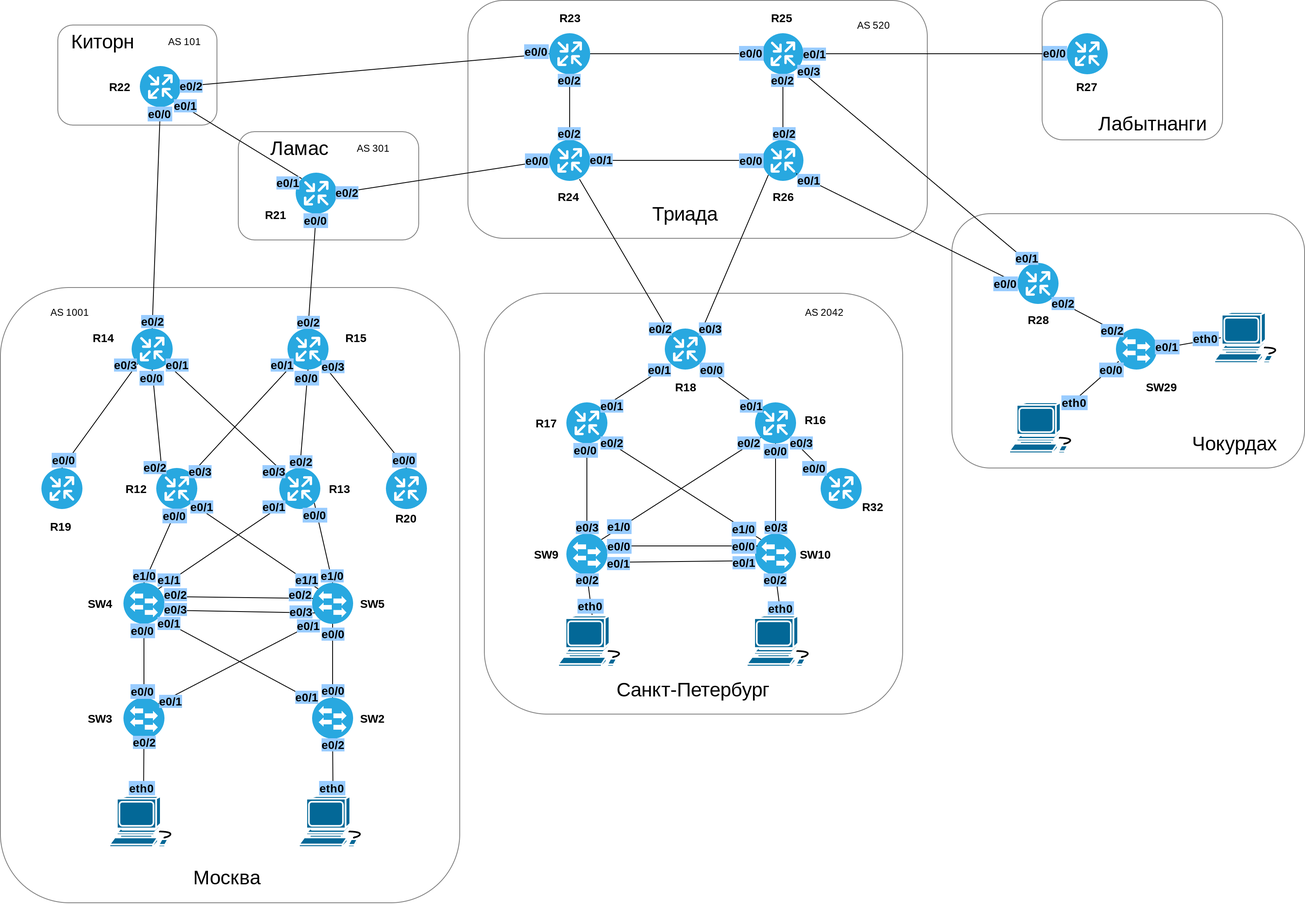
grom1984/otus-networks keeps this draw.io diagram as Labs/Lab07/network_draw.io.png. Above is the earlier version. Source tidied: cells renumbered, new cells last; positions are measured from the earlier drawing's top-left corner, leaving out a move shared by most shapes.
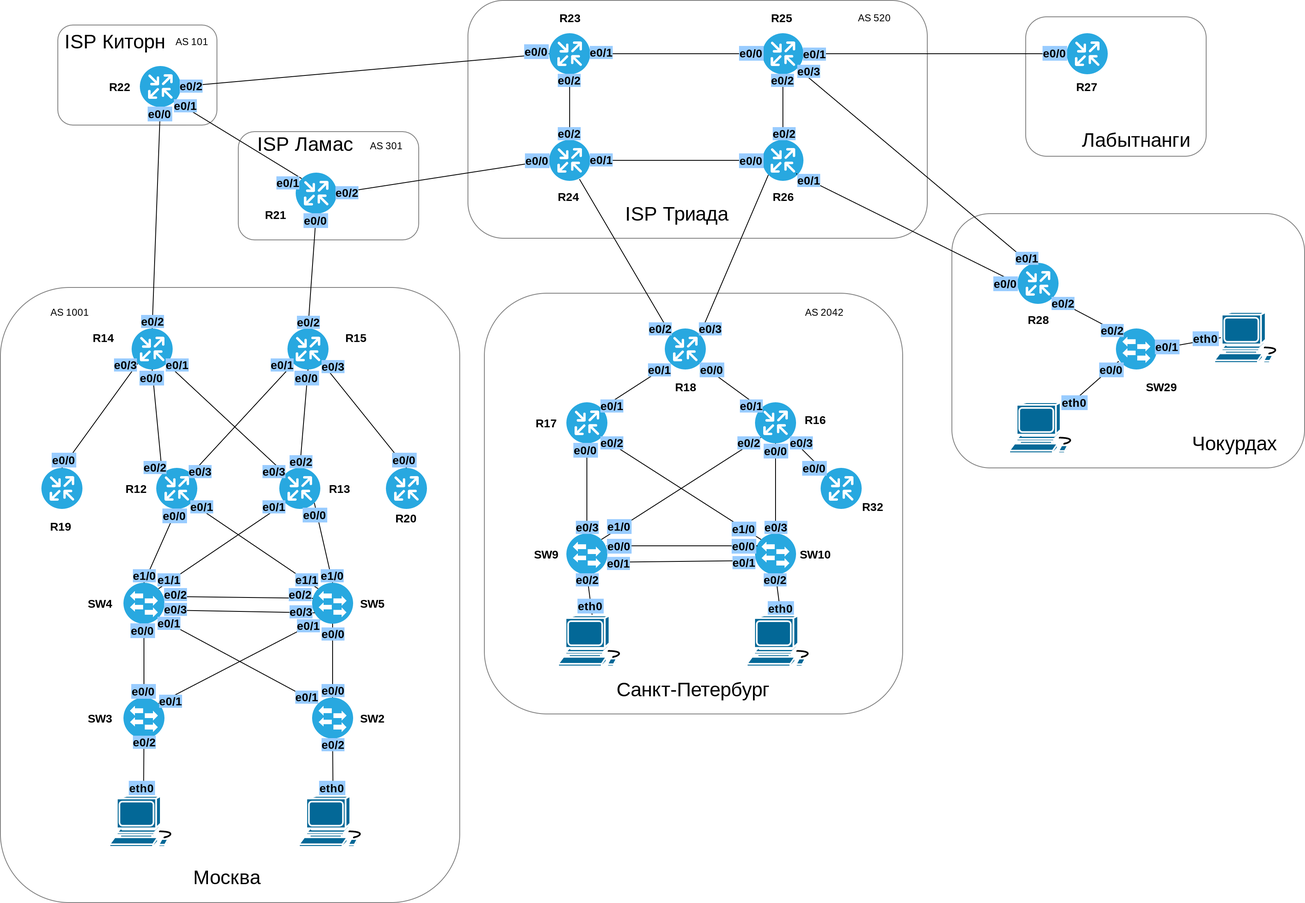
Above is the later version.

Change to the diagram source:
```diff
@@ -21,7 +21,7 @@
       <mxGeometry x="300" y="270" width="90" height="19.7" as="geometry" />
     </mxCell>
     <mxCell id="8" style="group;" parent="1" vertex="1">
-      <mxGeometry x="1270" width="220" height="170" as="geometry" />
+      <mxGeometry x="1250" y="20" width="220" height="170" as="geometry" />
     </mxCell>
     <mxCell id="9" style="rounded=1;whiteSpace=wrap;html=1;opacity=50;" parent="8" vertex="1">
       <mxGeometry width="220" height="170" as="geometry" />
@@ -35,8 +35,8 @@
     <mxCell id="12" style="rounded=1;whiteSpace=wrap;html=1;opacity=50;" parent="11" vertex="1">
       <mxGeometry width="560" height="290" as="geometry" />
     </mxCell>
-    <mxCell id="13" value="&lt;font style=&quot;font-size: 24px&quot;&gt;Триада&lt;/font&gt;" style="text;html=1;strokeColor=none;fillColor=none;align=center;verticalAlign=middle;whiteSpace=wrap;rounded=0;" parent="11" vertex="1">
-      <mxGeometry x="220" y="250.3" width="90" height="19.7" as="geometry" />
+    <mxCell id="13" value="&lt;font style=&quot;font-size: 24px&quot;&gt;ISP Триада&lt;/font&gt;" style="text;html=1;strokeColor=none;fillColor=none;align=center;verticalAlign=middle;whiteSpace=wrap;rounded=0;" parent="11" vertex="1">
+      <mxGeometry x="190" y="250.3" width="130" height="19.7" as="geometry" />
     </mxCell>
     <mxCell id="14" style="group;" parent="1" vertex="1">
       <mxGeometry x="590" y="357" width="510" height="513" as="geometry" />
@@ -59,8 +59,8 @@
     <mxCell id="20" style="rounded=1;whiteSpace=wrap;html=1;opacity=50;" parent="19" vertex="1">
       <mxGeometry width="194" height="122" as="geometry" />
     </mxCell>
-    <mxCell id="21" value="&lt;font size=&quot;1&quot;&gt;&lt;span style=&quot;font-size: 24px&quot;&gt;Киторн&lt;/span&gt;&lt;/font&gt;" style="text;html=1;strokeColor=none;fillColor=none;align=center;verticalAlign=middle;whiteSpace=wrap;rounded=0;" parent="19" vertex="1">
-      <mxGeometry x="10" y="10" width="90" height="20" as="geometry" />
+    <mxCell id="21" value="&lt;font size=&quot;1&quot;&gt;&lt;span style=&quot;font-size: 24px&quot;&gt;ISP Киторн&lt;/span&gt;&lt;/font&gt;" style="text;html=1;strokeColor=none;fillColor=none;align=center;verticalAlign=middle;whiteSpace=wrap;rounded=0;" parent="19" vertex="1">
+      <mxGeometry y="10" width="140" height="20" as="geometry" />
     </mxCell>
     <mxCell id="22" style="group;" parent="1" vertex="1">
       <mxGeometry x="290" y="180" width="220" height="112" as="geometry" />
@@ -68,8 +68,8 @@
     <mxCell id="23" style="rounded=1;whiteSpace=wrap;html=1;opacity=50;" parent="22" vertex="1">
       <mxGeometry y="-20" width="220" height="132" as="geometry" />
     </mxCell>
-    <mxCell id="24" value="&lt;font style=&quot;font-size: 24px&quot;&gt;Ламас&lt;/font&gt;" style="text;html=1;strokeColor=none;fillColor=none;align=center;verticalAlign=middle;whiteSpace=wrap;rounded=0;" parent="1" vertex="1">
-      <mxGeometry x="340" y="170" width="50" height="20" as="geometry" />
+    <mxCell id="24" value="&lt;font style=&quot;font-size: 24px&quot;&gt;ISP Ламас&lt;/font&gt;" style="text;html=1;strokeColor=none;fillColor=none;align=center;verticalAlign=middle;whiteSpace=wrap;rounded=0;" parent="22" vertex="1">
+      <mxGeometry x="22" y="-15" width="120" height="20" as="geometry" />
     </mxCell>
     <mxCell id="25" value="Routers &amp; Swithes" parent="0" />
     <mxCell id="26" style="verticalLabelPosition=bottom;html=1;fillColor=#28A8E0;verticalAlign=top;align=center;shape=mxgraph.cisco_safe.capability.routing;" parent="25" vertex="1">
@@ -745,6 +745,9 @@
     <mxCell id="212" value="&lt;div&gt;&lt;span style=&quot;color: rgb(0 , 0 , 0) ; font-family: &amp;#34;helvetica&amp;#34; ; font-size: 14px ; font-style: normal ; font-weight: 700 ; letter-spacing: normal ; text-align: center ; text-indent: 0px ; text-transform: none ; word-spacing: 0px ; background-color: rgb(153 , 204 , 255) ; float: none ; display: inline&quot;&gt;e0/2&lt;/span&gt;&lt;/div&gt;" style="text;whiteSpace=wrap;html=1;" parent="123" vertex="1">
       <mxGeometry x="351" y="547.5" width="30" height="25" as="geometry" />
     </mxCell>
+    <mxCell id="226" value="&lt;div&gt;&lt;span style=&quot;color: rgb(0 , 0 , 0) ; font-family: &amp;#34;helvetica&amp;#34; ; font-size: 14px ; font-style: normal ; font-weight: 700 ; letter-spacing: normal ; text-align: center ; text-indent: 0px ; text-transform: none ; word-spacing: 0px ; background-color: rgb(153 , 204 , 255) ; float: none ; display: inline&quot;&gt;e0/1&lt;/span&gt;&lt;/div&gt;" style="text;whiteSpace=wrap;html=1;" parent="123" vertex="1">
+      <mxGeometry x="717" y="49" width="30" height="25" as="geometry" />
+    </mxCell>
     <mxCell id="213" value="PC" parent="0" />
     <mxCell id="214" style="shape=mxgraph.cisco.computers_and_peripherals.workstation;html=1;dashed=0;fillColor=#036897;strokeColor=#ffffff;strokeWidth=2;verticalLabelPosition=bottom;verticalAlign=top;align=center;outlineConnect=0;" parent="213" vertex="1">
       <mxGeometry x="680" y="750" width="83" height="62" as="geometry" />
@@ -766,10 +769,10 @@
     </mxCell>
     <mxCell id="220" value="Autonomys System" parent="0" />
     <mxCell id="221" value="AS 101" style="text;html=1;strokeColor=none;fillColor=none;align=center;verticalAlign=middle;whiteSpace=wrap;rounded=0;" parent="220" vertex="1">
-      <mxGeometry x="180" y="40" width="90" height="20" as="geometry" />
+      <mxGeometry x="189" y="40" width="90" height="20" as="geometry" />
     </mxCell>
     <mxCell id="222" value="AS 301" style="text;html=1;strokeColor=none;fillColor=none;align=center;verticalAlign=middle;whiteSpace=wrap;rounded=0;" parent="220" vertex="1">
-      <mxGeometry x="410" y="170" width="90" height="20" as="geometry" />
+      <mxGeometry x="426" y="167" width="90" height="20" as="geometry" />
     </mxCell>
     <mxCell id="223" value="AS 1001" style="text;html=1;strokeColor=none;fillColor=none;align=center;verticalAlign=middle;whiteSpace=wrap;rounded=0;" parent="220" vertex="1">
       <mxGeometry x="40" y="370" width="90" height="20" as="geometry" />
@@ -778,7 +781,7 @@
       <mxGeometry x="960" y="370" width="90" height="20" as="geometry" />
     </mxCell>
     <mxCell id="225" value="AS 520" style="text;html=1;strokeColor=none;fillColor=none;align=center;verticalAlign=middle;whiteSpace=wrap;rounded=0;" parent="220" vertex="1">
-      <mxGeometry x="1020" y="20" width="90" height="20" as="geometry" />
+      <mxGeometry x="1021" y="11" width="90" height="20" as="geometry" />
     </mxCell>
   </root>
 </mxGraphModel>
```
